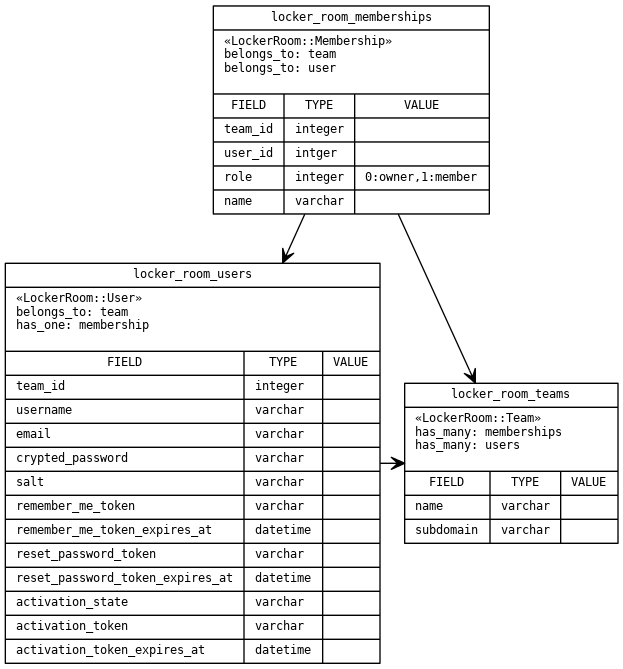
grauwoelfchen/locker_room keeps this Graphviz diagram as doc/er.png. Above is the earlier version. Its source is kept beside it as doc/er.dot.
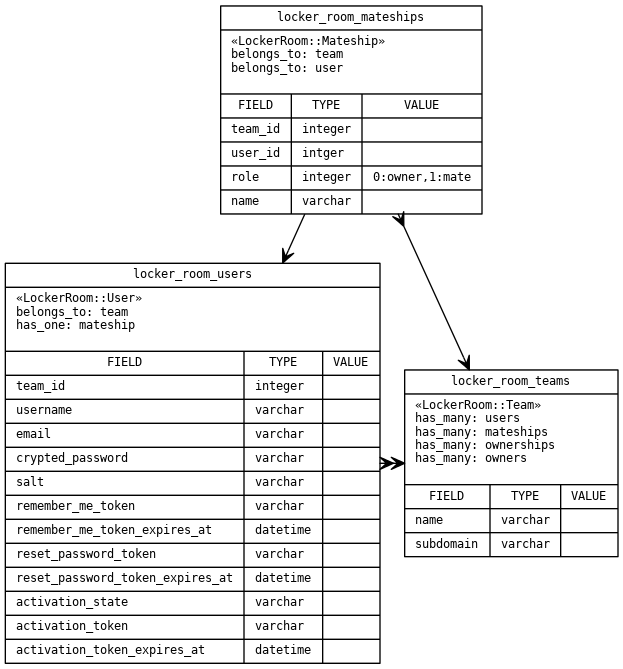
The same diagram one commit later.

Change to the diagram source:
```diff
@@ -19,7 +19,7 @@
   ]
 
   Team [
-    label = "{locker_room_teams|\«LockerRoom::Team\»\lhas_many: memberships\lhas_many: users\l\n|{ \
+    label = "{locker_room_teams|\«LockerRoom::Team\»\lhas_many: users\lhas_many: mateships\lhas_many: ownerships\lhas_many: owners\l\n|{ \
       {FIELD|name\l|subdomain\l}| \
       {TYPE|varchar\l|varchar\l}| \
       {VALUE|\r|\r} \
@@ -27,18 +27,18 @@
   ]
 
   User [
-    label = "{locker_room_users|\«LockerRoom::User\»\lbelongs_to: team\lhas_one: membership\l\n|{ \
+    label = "{locker_room_users|\«LockerRoom::User\»\lbelongs_to: team\lhas_one: mateship\l\n|{ \
       {FIELD|team_id\l|username\l|email\l|crypted_password\l|salt\l|remember_me_token\l|remember_me_token_expires_at\l|reset_password_token\l|reset_password_token_expires_at\l|activation_state\l|activation_token\l|activation_token_expires_at\l}| \
       {TYPE|integer\l|varchar\l|varchar\l|varchar\l|varchar\l|varchar\l|datetime\l|varchar\l|datetime\l|varchar\l|varchar\l|datetime\l}| \
       {VALUE|\r|\r|\r|\r|\r|\r|\r|\r|\r|\r|\r|\r} \
     }}"
   ]
 
-  Membership [
-    label = "{locker_room_memberships|\«LockerRoom::Membership\»\lbelongs_to: team\lbelongs_to: user\l\n|{ \
+  Mateship [
+    label = "{locker_room_mateships|\«LockerRoom::Mateship\»\lbelongs_to: team\lbelongs_to: user\l\n|{ \
       {FIELD|team_id\l|user_id\l|role\l|name\l}| \
       {TYPE|integer\l|intger\l|integer\l|varchar\l}| \
-      {VALUE|\r|\r|0:owner,1:member\r|\r} \
+      {VALUE|\r|\r|0:owner,1:mate\r|\r} \
     }}"
   ]
 
@@ -53,16 +53,18 @@
    *
    */
 
-  edge [ // has_many
-    arrowhead = crow
-    arrowtail = none
+  edge [ // belongs_to -> has_many
+    arrowhead = vee
+    arrowtail = crow
     headlabel = ""
     taillabel = ""
     dir       = both
   ]
 
+  Mateship -> Team
+  User     -> Team
 
-  edge [ // belongs_to
+  edge [ // belongs_to -> has_one
     arrowhead = vee
     arrowtail = none
     headlabel = ""
@@ -70,17 +72,7 @@
     dir       = both
   ]
 
-  Membership -> Team
-  Membership -> User
-  User       -> Team
-
-  edge [ // has_one
-    arrowhead = normal
-    arrowtail = none
-    headlabel = ""
-    taillabel = ""
-    dir       = both
-  ]
+  Mateship -> User
 
   edge [ // has_and_belongs_to_many
     arrowhead = crow
@@ -96,6 +88,6 @@
    *
    */
 
-  {rank=same; Membership;};
-  {rank=same; Team;User;};
+  {rank=same; Mateship;};
+  {rank=same; User;Team;};
 }
```
